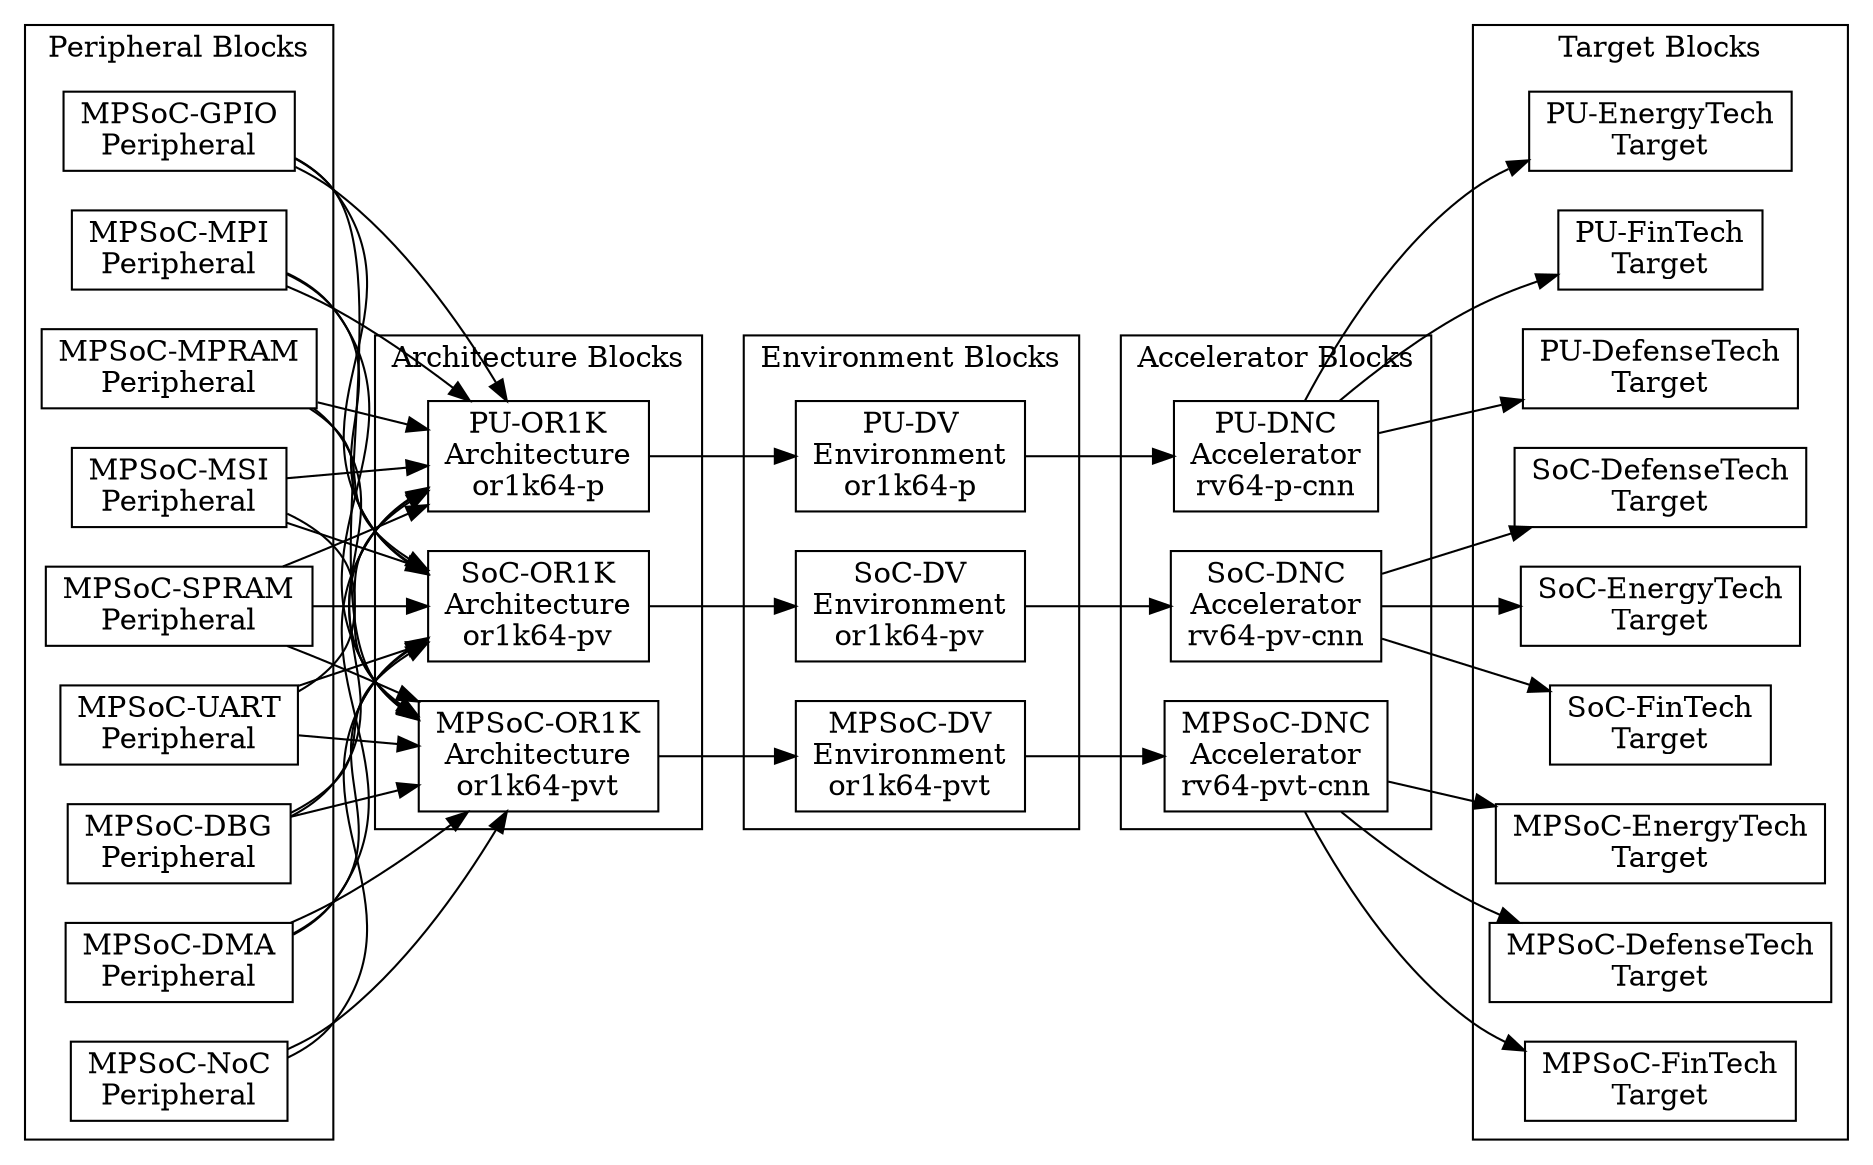
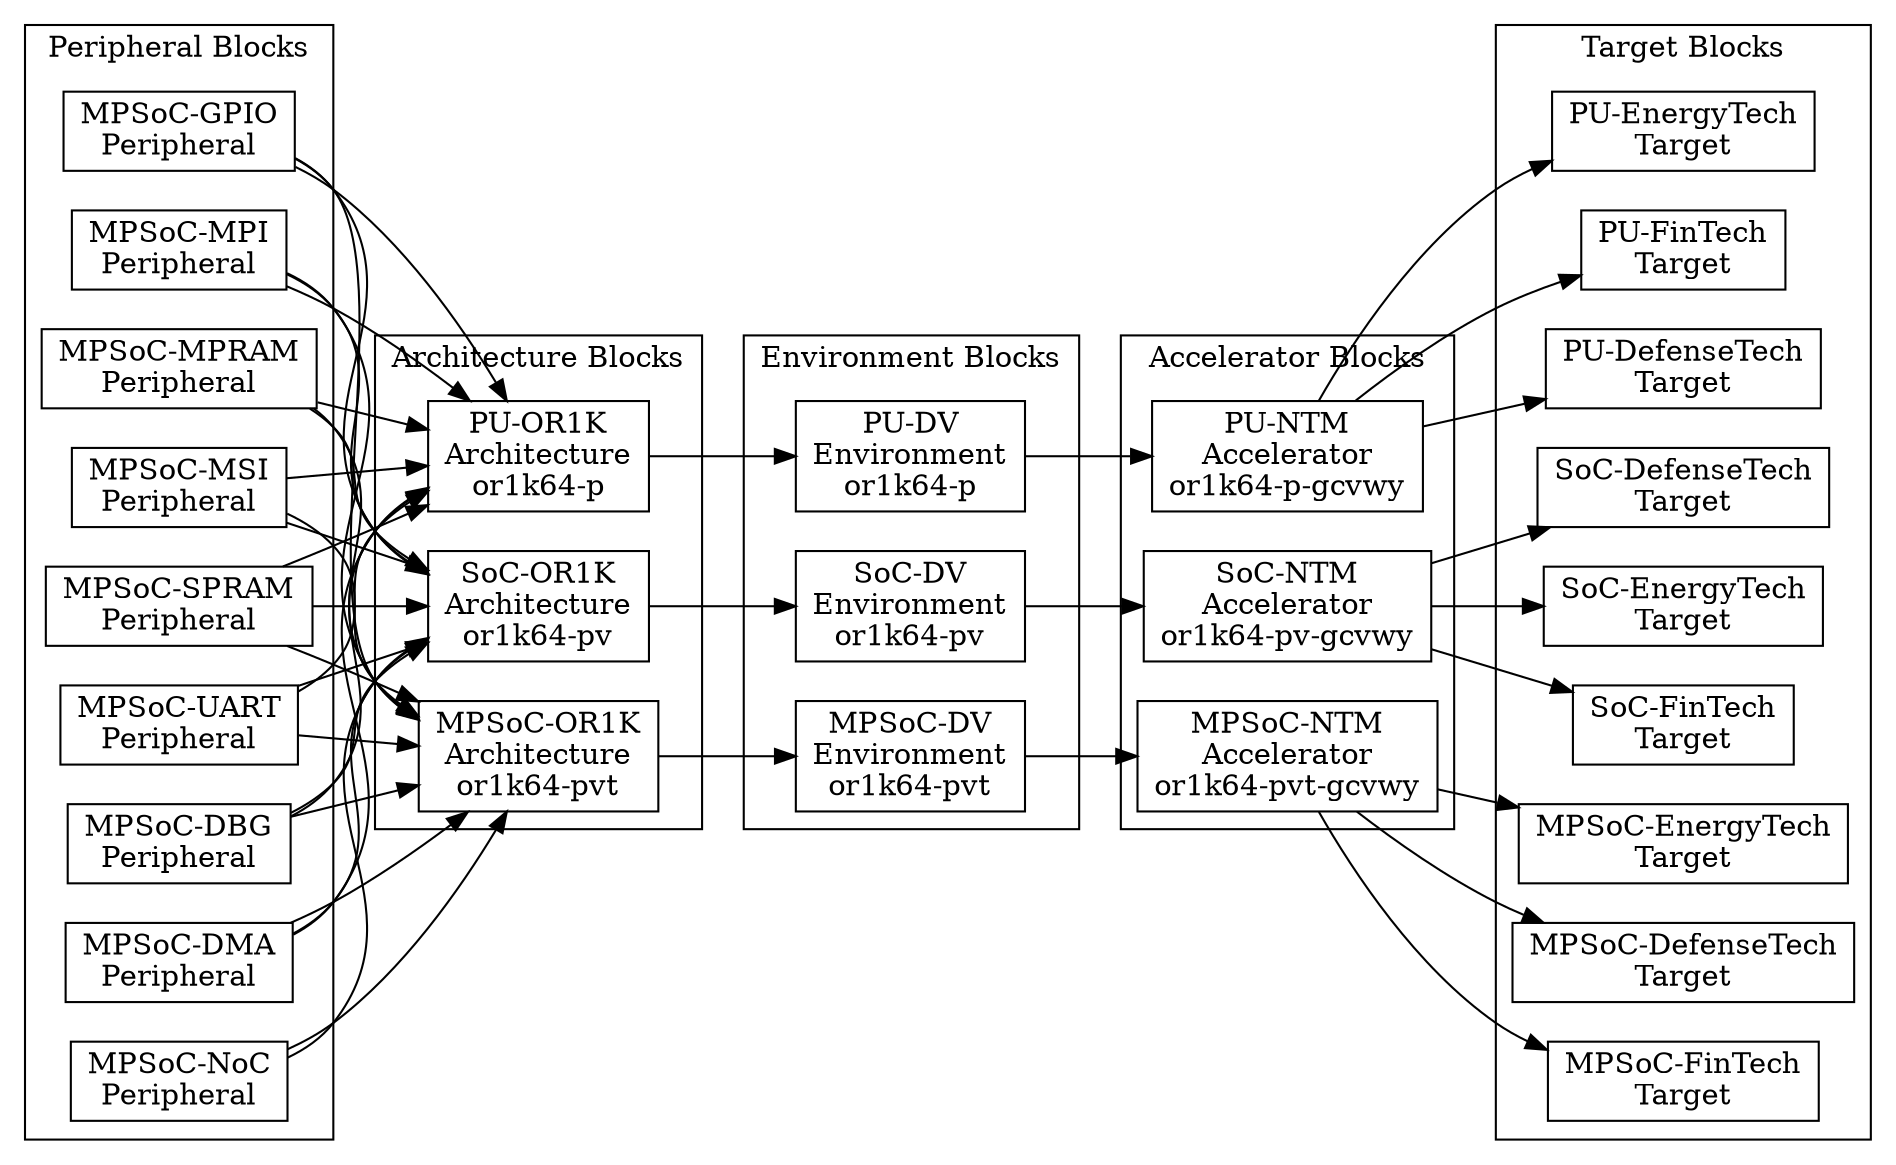
digraph Project {
  // Introduction
  graph [rankdir = LR];
  node[shape=record];

  // Peripheral Blocks
  subgraph "cluster PeripheralBlocks" { label = "Peripheral Blocks";
    MPSoC_DBG[label="MPSoC-DBG\nPeripheral"];
    MPSoC_DMA[label="MPSoC-DMA\nPeripheral"];
    MPSoC_GPIO[label="MPSoC-GPIO\nPeripheral"];
    MPSoC_MPI[label="MPSoC-MPI\nPeripheral"];
    MPSoC_MPRAM[label="MPSoC-MPRAM\nPeripheral"];
    MPSoC_MSI[label="MPSoC-MSI\nPeripheral"];
    MPSoC_NoC[label="MPSoC-NoC\nPeripheral"];
    MPSoC_SPRAM[label="MPSoC-SPRAM\nPeripheral"];
    MPSoC_UART[label="MPSoC-UART\nPeripheral"];
  }

  // Architecture Blocks
  subgraph "cluster ArchitectureBlocks" { label = "Architecture Blocks";
    MPSoC_OR1K[label="MPSoC-OR1K\nArchitecture\nor1k64-pvt"];
    SoC_OR1K[label="SoC-OR1K\nArchitecture\nor1k64-pv"];
    PU_OR1K[label="PU-OR1K\nArchitecture\nor1k64-p"];
  }

  // Environment Blocks
  subgraph "cluster EnvironmentBlocks" { label = "Environment Blocks";
    MPSoC_DV[label="MPSoC-DV\nEnvironment\nor1k64-pvt"];
    SoC_DV[label="SoC-DV\nEnvironment\nor1k64-pv"];
    PU_DV[label="PU-DV\nEnvironment\nor1k64-p"];
  }

  // Accelerator Blocks
  subgraph "cluster AcceleratorBlocks" { label = "Accelerator Blocks";
-     MPSoC_DNC[label="MPSoC-DNC\nAccelerator\nrv64-pvt-cnn"];
-     SoC_DNC[label="SoC-DNC\nAccelerator\nrv64-pv-cnn"];
-     PU_DNC[label="PU-DNC\nAccelerator\nrv64-p-cnn"];
+     MPSoC_NTM[label="MPSoC-NTM\nAccelerator\nor1k64-pvt-gcvwy"];
+     SoC_NTM[label="SoC-NTM\nAccelerator\nor1k64-pv-gcvwy"];
+     PU_NTM[label="PU-NTM\nAccelerator\nor1k64-p-gcvwy"];
  }

  // Target Blocks
  subgraph "cluster TargetBlocks" { label = "Target Blocks";
    MPSoC_EnergyTech[label="MPSoC-EnergyTech\nTarget"];
    SoC_EnergyTech[label="SoC-EnergyTech\nTarget"];
    PU_EnergyTech[label="PU-EnergyTech\nTarget"];

    MPSoC_FinTech[label="MPSoC-FinTech\nTarget"];
    SoC_FinTech[label="SoC-FinTech\nTarget"];
    PU_FinTech[label="PU-FinTech\nTarget"];

    MPSoC_DefenseTech[label="MPSoC-DefenseTech\nTarget"];
    SoC_DefenseTech[label="SoC-DefenseTech\nTarget"];
    PU_DefenseTech[label="PU-DefenseTech\nTarget"];
  }

  // Peripheral -> Architecture
  MPSoC_DBG -> MPSoC_OR1K;
  MPSoC_DMA -> MPSoC_OR1K;
  MPSoC_GPIO -> MPSoC_OR1K;
  MPSoC_MPI -> MPSoC_OR1K;
  MPSoC_MPRAM -> MPSoC_OR1K;
  MPSoC_MSI -> MPSoC_OR1K;
  MPSoC_NoC -> MPSoC_OR1K;
  MPSoC_SPRAM -> MPSoC_OR1K;
  MPSoC_UART -> MPSoC_OR1K;

  MPSoC_DBG -> SoC_OR1K;
  MPSoC_DMA -> SoC_OR1K;
  MPSoC_GPIO -> SoC_OR1K;
  MPSoC_MPI -> SoC_OR1K;
  MPSoC_MPRAM -> SoC_OR1K;
  MPSoC_MSI -> SoC_OR1K;
  MPSoC_NoC -> SoC_OR1K;
  MPSoC_SPRAM -> SoC_OR1K;
  MPSoC_UART -> SoC_OR1K;

  MPSoC_DBG -> PU_OR1K;
  MPSoC_DMA -> PU_OR1K;
  MPSoC_GPIO -> PU_OR1K;
  MPSoC_MPI -> PU_OR1K;
  MPSoC_MPRAM -> PU_OR1K;
  MPSoC_MSI -> PU_OR1K;
  MPSoC_SPRAM -> PU_OR1K;
  MPSoC_UART -> PU_OR1K;

  // Architecture -> Environment
  PU_OR1K -> PU_DV;

  SoC_OR1K -> SoC_DV;

  MPSoC_OR1K -> MPSoC_DV;

  // Environment -> Accelerator
-   PU_DV -> PU_DNC;
+   PU_DV -> PU_NTM;

-   SoC_DV -> SoC_DNC;
+   SoC_DV -> SoC_NTM;

-   MPSoC_DV -> MPSoC_DNC;
+   MPSoC_DV -> MPSoC_NTM;

  // Accelerator -> Target
-   PU_DNC -> PU_EnergyTech;
+   PU_NTM -> PU_EnergyTech;

-   SoC_DNC -> SoC_EnergyTech;
+   SoC_NTM -> SoC_EnergyTech;

-   MPSoC_DNC -> MPSoC_EnergyTech;
+   MPSoC_NTM -> MPSoC_EnergyTech;

-   PU_DNC -> PU_FinTech;
+   PU_NTM -> PU_FinTech;

-   SoC_DNC -> SoC_FinTech;
+   SoC_NTM -> SoC_FinTech;

-   MPSoC_DNC -> MPSoC_FinTech;
+   MPSoC_NTM -> MPSoC_FinTech;

-   PU_DNC -> PU_DefenseTech;
+   PU_NTM -> PU_DefenseTech;

-   SoC_DNC -> SoC_DefenseTech;
+   SoC_NTM -> SoC_DefenseTech;

-   MPSoC_DNC -> MPSoC_DefenseTech;
+   MPSoC_NTM -> MPSoC_DefenseTech;
}
